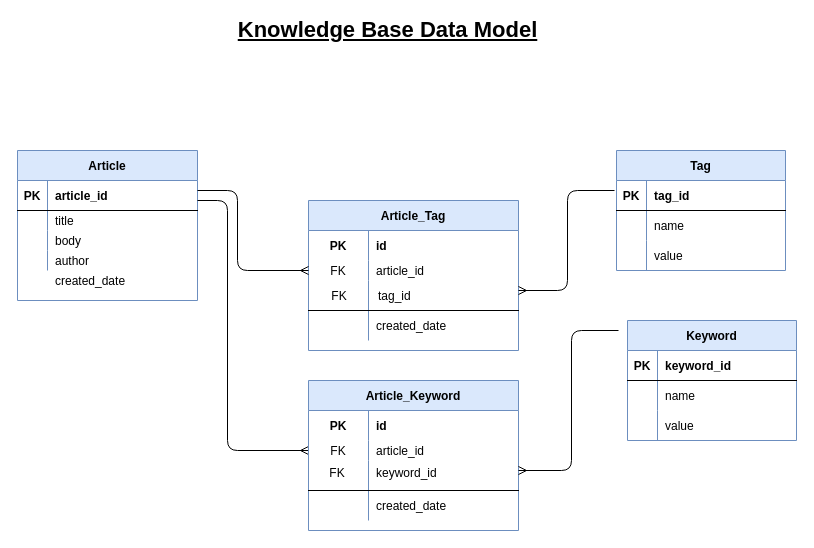
This is page "KnowledgeBase-DM" (3 of 6) of SysOps Squad/Sysops Squad.drawio from aliimran-pk/learning-repo, a draw.io file, before an edit. Source tidied: cells renumbered, new cells numbered last; positions are measured from the earlier drawing's top-left corner, leaving out a move shared by most shapes. Both pictures are drawn from the tidied source at 100%, with x=0, y=0 at pixel (17, 20).
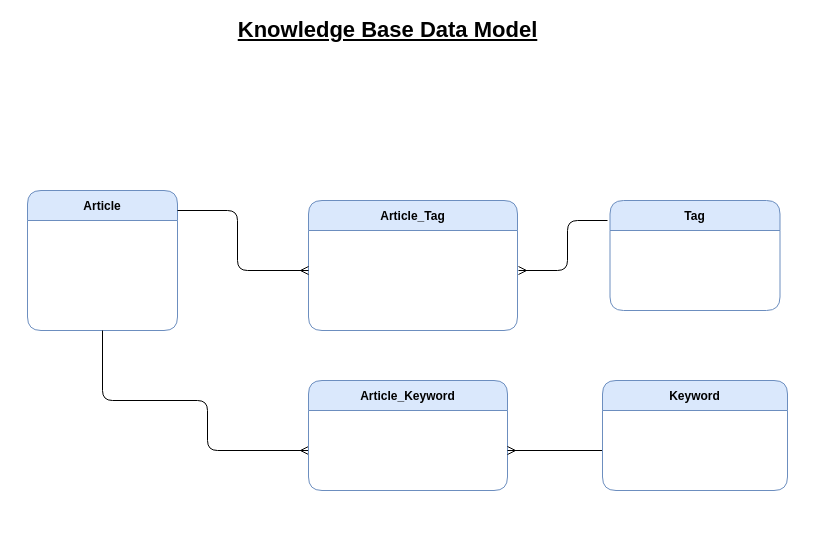
The same page after the edit.

Change to the diagram source:
```diff
@@
-    <mxCell id="2" value="Article" style="shape=table;startSize=30;childLayout=tableLayout;rowLines=0;fontStyle=1;align=center;fillColor=#dae8fc;strokeColor=#6c8ebf;" parent="1" vertex="1">
-      <mxGeometry y="130" width="180" height="150" as="geometry" />
+    <mxCell id="2" value="Article" style="shape=table;startSize=30;childLayout=tableLayout;rowLines=0;fontStyle=1;align=center;fillColor=#dae8fc;strokeColor=#6c8ebf;rounded=1;" parent="1" vertex="1">
+      <mxGeometry x="10" y="170" width="150" height="140" as="geometry" />
     </mxCell>
-    <mxCell id="3" style="shape=partialRectangle;fillColor=none;top=0;left=0;bottom=1;right=0;" parent="2" vertex="1">
-      <mxGeometry y="30" width="180" height="30" as="geometry" />
-    </mxCell>
-    <mxCell id="4" value="PK" style="shape=partialRectangle;fillColor=none;top=0;left=0;bottom=0;right=0;fontStyle=1;overflow=hidden;" parent="3" vertex="1">
-      <mxGeometry width="30" height="30" as="geometry" />
-    </mxCell>
-    <mxCell id="5" value="article_id" style="shape=partialRectangle;fillColor=none;top=0;left=0;bottom=0;right=0;align=left;spacingLeft=6;fontStyle=1;overflow=hidden;" parent="3" vertex="1">
-      <mxGeometry x="30" width="150" height="30" as="geometry" />
-    </mxCell>
     <mxCell id="6" style="shape=partialRectangle;fillColor=none;top=0;left=0;bottom=0;right=0;" parent="2" vertex="1">
-      <mxGeometry y="60" width="180" height="20" as="geometry" />
+      <mxGeometry y="30" width="150" height="20" as="geometry" />
     </mxCell>
-    <mxCell id="7" style="shape=partialRectangle;fillColor=none;top=0;left=0;bottom=0;right=0;overflow=hidden;" parent="6" vertex="1">
-      <mxGeometry width="30" height="20" as="geometry" />
-    </mxCell>
-    <mxCell id="8" value="title" style="shape=partialRectangle;fillColor=none;top=0;left=0;bottom=0;right=0;align=left;spacingLeft=6;overflow=hidden;" parent="6" vertex="1">
-      <mxGeometry x="30" width="150" height="20" as="geometry" />
+    <mxCell id="8" style="shape=partialRectangle;fillColor=none;top=0;left=0;bottom=0;right=0;align=left;spacingLeft=6;overflow=hidden;" parent="6" vertex="1">
+      <mxGeometry width="150" height="20" as="geometry" />
     </mxCell>
     <mxCell id="9" style="shape=partialRectangle;fillColor=none;top=0;left=0;bottom=0;right=0;" parent="2" vertex="1">
-      <mxGeometry y="80" width="180" height="20" as="geometry" />
+      <mxGeometry y="50" width="150" height="20" as="geometry" />
     </mxCell>
-    <mxCell id="10" style="shape=partialRectangle;fillColor=none;top=0;left=0;bottom=0;right=0;overflow=hidden;" parent="9" vertex="1">
-      <mxGeometry width="30" height="20" as="geometry" />
-    </mxCell>
-    <mxCell id="11" value="body" style="shape=partialRectangle;fillColor=none;top=0;left=0;bottom=0;right=0;align=left;spacingLeft=6;overflow=hidden;" parent="9" vertex="1">
-      <mxGeometry x="30" width="150" height="20" as="geometry" />
+    <mxCell id="11" style="shape=partialRectangle;fillColor=none;top=0;left=0;bottom=0;right=0;align=left;spacingLeft=6;overflow=hidden;" parent="9" vertex="1">
+      <mxGeometry width="150" height="20" as="geometry" />
     </mxCell>
+    <mxCell id="71" style="shape=partialRectangle;fillColor=none;top=0;left=0;bottom=0;right=0;" parent="2" vertex="1">
+      <mxGeometry y="70" width="150" height="20" as="geometry" />
+    </mxCell>
+    <mxCell id="72" style="shape=partialRectangle;fillColor=none;top=0;left=0;bottom=0;right=0;align=left;spacingLeft=6;overflow=hidden;" parent="71" vertex="1">
+      <mxGeometry width="150" height="20" as="geometry" />
+    </mxCell>
     <mxCell id="12" style="shape=partialRectangle;fillColor=none;top=0;left=0;bottom=0;right=0;" parent="2" vertex="1">
-      <mxGeometry y="100" width="180" height="20" as="geometry" />
+      <mxGeometry y="90" width="150" height="20" as="geometry" />
     </mxCell>
-    <mxCell id="13" style="shape=partialRectangle;fillColor=none;top=0;left=0;bottom=0;right=0;overflow=hidden;" parent="12" vertex="1">
-      <mxGeometry width="30" height="20" as="geometry" />
-    </mxCell>
-    <mxCell id="14" value="author" style="shape=partialRectangle;fillColor=none;top=0;left=0;bottom=0;right=0;align=left;spacingLeft=6;overflow=hidden;" parent="12" vertex="1">
-      <mxGeometry x="30" width="150" height="20" as="geometry" />
+    <mxCell id="14" style="shape=partialRectangle;fillColor=none;top=0;left=0;bottom=0;right=0;align=left;spacingLeft=6;overflow=hidden;" parent="12" vertex="1">
+      <mxGeometry width="150" height="20" as="geometry" />
     </mxCell>
-    <mxCell id="15" value="Tag" style="shape=table;startSize=30;childLayout=tableLayout;rowLines=0;fontStyle=1;align=center;fillColor=#dae8fc;strokeColor=#6c8ebf;" parent="1" vertex="1">
-      <mxGeometry x="599" y="130" width="169" height="120" as="geometry" />
-    </mxCell>
-    <mxCell id="16" style="shape=partialRectangle;fillColor=none;top=0;left=0;bottom=1;right=0;" parent="15" vertex="1">
-      <mxGeometry y="30" width="169" height="30" as="geometry" />
-    </mxCell>
-    <mxCell id="17" value="PK" style="shape=partialRectangle;fillColor=none;top=0;left=0;bottom=0;right=0;fontStyle=1;overflow=hidden;" parent="16" vertex="1">
-      <mxGeometry width="30" height="30" as="geometry" />
-    </mxCell>
-    <mxCell id="18" value="tag_id" style="shape=partialRectangle;fillColor=none;top=0;left=0;bottom=0;right=0;align=left;spacingLeft=6;fontStyle=1;overflow=hidden;" parent="16" vertex="1">
-      <mxGeometry x="30" width="139" height="30" as="geometry" />
-    </mxCell>
-    <mxCell id="19" style="shape=partialRectangle;fillColor=none;top=0;left=0;bottom=0;right=0;" parent="15" vertex="1">
-      <mxGeometry y="60" width="169" height="30" as="geometry" />
-    </mxCell>
-    <mxCell id="20" style="shape=partialRectangle;fillColor=none;top=0;left=0;bottom=0;right=0;overflow=hidden;" parent="19" vertex="1">
-      <mxGeometry width="30" height="30" as="geometry" />
-    </mxCell>
-    <mxCell id="21" value="name" style="shape=partialRectangle;fillColor=none;top=0;left=0;bottom=0;right=0;align=left;spacingLeft=6;overflow=hidden;" parent="19" vertex="1">
-      <mxGeometry x="30" width="139" height="30" as="geometry" />
-    </mxCell>
-    <mxCell id="22" style="shape=partialRectangle;fillColor=none;top=0;left=0;bottom=0;right=0;" parent="15" vertex="1">
-      <mxGeometry y="90" width="169" height="30" as="geometry" />
-    </mxCell>
-    <mxCell id="23" style="shape=partialRectangle;fillColor=none;top=0;left=0;bottom=0;right=0;overflow=hidden;" parent="22" vertex="1">
-      <mxGeometry width="30" height="30" as="geometry" />
-    </mxCell>
-    <mxCell id="24" value="value" style="shape=partialRectangle;fillColor=none;top=0;left=0;bottom=0;right=0;align=left;spacingLeft=6;overflow=hidden;" parent="22" vertex="1">
-      <mxGeometry x="30" width="139" height="30" as="geometry" />
-    </mxCell>
-    <mxCell id="25" value="Keyword" style="shape=table;startSize=30;childLayout=tableLayout;rowLines=0;fontStyle=1;align=center;fillColor=#dae8fc;strokeColor=#6c8ebf;" parent="1" vertex="1">
-      <mxGeometry x="610" y="300" width="169" height="120" as="geometry" />
-    </mxCell>
-    <mxCell id="26" style="shape=partialRectangle;fillColor=none;top=0;left=0;bottom=1;right=0;" parent="25" vertex="1">
-      <mxGeometry y="30" width="169" height="30" as="geometry" />
-    </mxCell>
-    <mxCell id="27" value="PK" style="shape=partialRectangle;fillColor=none;top=0;left=0;bottom=0;right=0;fontStyle=1;overflow=hidden;" parent="26" vertex="1">
-      <mxGeometry width="30" height="30" as="geometry" />
-    </mxCell>
-    <mxCell id="28" value="keyword_id" style="shape=partialRectangle;fillColor=none;top=0;left=0;bottom=0;right=0;align=left;spacingLeft=6;fontStyle=1;overflow=hidden;" parent="26" vertex="1">
-      <mxGeometry x="30" width="139" height="30" as="geometry" />
-    </mxCell>
-    <mxCell id="29" style="shape=partialRectangle;fillColor=none;top=0;left=0;bottom=0;right=0;" parent="25" vertex="1">
-      <mxGeometry y="60" width="169" height="30" as="geometry" />
-    </mxCell>
-    <mxCell id="30" style="shape=partialRectangle;fillColor=none;top=0;left=0;bottom=0;right=0;overflow=hidden;" parent="29" vertex="1">
-      <mxGeometry width="30" height="30" as="geometry" />
-    </mxCell>
-    <mxCell id="31" value="name" style="shape=partialRectangle;fillColor=none;top=0;left=0;bottom=0;right=0;align=left;spacingLeft=6;overflow=hidden;" parent="29" vertex="1">
-      <mxGeometry x="30" width="139" height="30" as="geometry" />
-    </mxCell>
-    <mxCell id="32" style="shape=partialRectangle;fillColor=none;top=0;left=0;bottom=0;right=0;" parent="25" vertex="1">
-      <mxGeometry y="90" width="169" height="30" as="geometry" />
-    </mxCell>
-    <mxCell id="33" style="shape=partialRectangle;fillColor=none;top=0;left=0;bottom=0;right=0;overflow=hidden;" parent="32" vertex="1">
-      <mxGeometry width="30" height="30" as="geometry" />
-    </mxCell>
-    <mxCell id="34" value="value" style="shape=partialRectangle;fillColor=none;top=0;left=0;bottom=0;right=0;align=left;spacingLeft=6;overflow=hidden;" parent="32" vertex="1">
-      <mxGeometry x="30" width="139" height="30" as="geometry" />
-    </mxCell>
@@
-    <mxCell id="36" value="Article_Tag" style="shape=table;startSize=30;childLayout=tableLayout;rowLines=0;fontStyle=1;align=center;fillColor=#dae8fc;strokeColor=#6c8ebf;" parent="1" vertex="1">
-      <mxGeometry x="291" y="180" width="210" height="150" as="geometry" />
+    <mxCell id="36" value="Article_Tag" style="shape=table;startSize=30;childLayout=tableLayout;rowLines=0;fontStyle=1;align=center;fillColor=#dae8fc;strokeColor=#6c8ebf;rounded=1;" parent="1" vertex="1">
+      <mxGeometry x="291" y="180" width="209" height="130" as="geometry" />
     </mxCell>
     <mxCell id="37" style="shape=partialRectangle;fillColor=none;top=0;left=0;bottom=0;right=0;" parent="36" vertex="1">
-      <mxGeometry y="30" width="210" height="30" as="geometry" />
+      <mxGeometry y="30" width="209" height="30" as="geometry" />
     </mxCell>
-    <mxCell id="38" value="PK" style="shape=partialRectangle;fillColor=none;top=0;left=0;bottom=0;right=0;fontStyle=1;overflow=hidden;" parent="37" vertex="1">
-      <mxGeometry width="60" height="30" as="geometry" />
+    <mxCell id="38" style="shape=partialRectangle;fillColor=none;top=0;left=0;bottom=0;right=0;fontStyle=1;overflow=hidden;" parent="37" vertex="1">
+      <mxGeometry width="209" height="30" as="geometry" />
     </mxCell>
-    <mxCell id="39" value="id" style="shape=partialRectangle;fillColor=none;top=0;left=0;bottom=0;right=0;align=left;spacingLeft=6;fontStyle=1;overflow=hidden;" parent="37" vertex="1">
-      <mxGeometry x="60" width="150" height="30" as="geometry" />
-    </mxCell>
     <mxCell id="40" style="shape=partialRectangle;fillColor=none;top=0;left=0;bottom=0;right=0;points=[[0,0.5],[1,0.5]];portConstraint=eastwest;" parent="36" vertex="1">
-      <mxGeometry y="60" width="210" height="20" as="geometry" />
+      <mxGeometry y="60" width="209" height="20" as="geometry" />
     </mxCell>
-    <mxCell id="41" value="FK" style="shape=partialRectangle;fillColor=none;top=0;left=0;bottom=0;right=0;fontStyle=0;overflow=hidden;" parent="40" vertex="1">
-      <mxGeometry width="60" height="20" as="geometry" />
+    <mxCell id="41" style="shape=partialRectangle;fillColor=none;top=0;left=0;bottom=0;right=0;fontStyle=0;overflow=hidden;" parent="40" vertex="1">
+      <mxGeometry width="209" height="20" as="geometry" />
     </mxCell>
-    <mxCell id="42" value="article_id" style="shape=partialRectangle;fillColor=none;top=0;left=0;bottom=0;right=0;align=left;spacingLeft=6;fontStyle=0;overflow=hidden;" parent="40" vertex="1">
-      <mxGeometry x="60" width="150" height="20" as="geometry" />
-    </mxCell>
-    <mxCell id="43" style="shape=partialRectangle;fillColor=none;top=0;left=0;bottom=1;right=0;" parent="36" vertex="1">
-      <mxGeometry y="80" width="210" height="30" as="geometry" />
-    </mxCell>
-    <mxCell id="44" style="shape=partialRectangle;fillColor=none;top=0;left=0;bottom=0;right=0;fontStyle=1;overflow=hidden;" parent="43" vertex="1">
-      <mxGeometry width="60" height="30" as="geometry" />
-    </mxCell>
-    <mxCell id="45" style="shape=partialRectangle;fillColor=none;top=0;left=0;bottom=0;right=0;align=left;spacingLeft=6;fontStyle=5;overflow=hidden;" parent="43" vertex="1">
-      <mxGeometry x="60" width="150" height="30" as="geometry" />
-    </mxCell>
-    <mxCell id="46" style="shape=partialRectangle;fillColor=none;top=0;left=0;bottom=0;right=0;" parent="36" vertex="1">
-      <mxGeometry y="110" width="210" height="30" as="geometry" />
-    </mxCell>
-    <mxCell id="47" style="shape=partialRectangle;fillColor=none;top=0;left=0;bottom=0;right=0;overflow=hidden;" parent="46" vertex="1">
-      <mxGeometry width="60" height="30" as="geometry" />
-    </mxCell>
-    <mxCell id="48" value="created_date" style="shape=partialRectangle;fillColor=none;top=0;left=0;bottom=0;right=0;align=left;spacingLeft=6;overflow=hidden;" parent="46" vertex="1">
-      <mxGeometry x="60" width="150" height="30" as="geometry" />
-    </mxCell>
-    <mxCell id="49" value="FK" style="shape=partialRectangle;fillColor=none;top=0;left=0;bottom=0;right=0;fontStyle=0;overflow=hidden;" parent="1" vertex="1">
-      <mxGeometry x="292" y="265" width="60" height="20" as="geometry" />
-    </mxCell>
-    <mxCell id="50" value="tag_id" style="shape=partialRectangle;fillColor=none;top=0;left=0;bottom=0;right=0;align=left;spacingLeft=6;fontStyle=0;overflow=hidden;" parent="1" vertex="1">
-      <mxGeometry x="353" y="265" width="150" height="20" as="geometry" />
-    </mxCell>
     <mxCell id="51" style="fontSize=12;html=1;endArrow=ERmany;entryX=0;entryY=0.5;entryDx=0;entryDy=0;edgeStyle=orthogonalEdgeStyle;" parent="1" edge="1" target="40">
       <mxGeometry relative="1" as="geometry">
-        <mxPoint x="180" y="170" as="sourcePoint" />
+        <mxPoint x="160" y="190" as="sourcePoint" />
         <Array as="points">
-          <mxPoint x="220" y="170" />
+          <mxPoint x="220" y="190" />
           <mxPoint x="220" y="250" />
         </Array>
       </mxGeometry>
     </mxCell>
     <mxCell id="52" style="fontSize=12;html=1;endArrow=ERmany;edgeStyle=orthogonalEdgeStyle;" parent="1" edge="1">
       <mxGeometry relative="1" as="geometry">
-        <mxPoint x="597" y="170" as="sourcePoint" />
-        <mxPoint x="501" y="270" as="targetPoint" />
+        <mxPoint x="590" y="200" as="sourcePoint" />
+        <mxPoint x="501" y="250" as="targetPoint" />
         <Array as="points">
-          <mxPoint x="550" y="170" />
-          <mxPoint x="550" y="270" />
-          <mxPoint x="501" y="270" />
+          <mxPoint x="550" y="200" />
+          <mxPoint x="550" y="250" />
         </Array>
       </mxGeometry>
     </mxCell>
-    <mxCell id="53" style="fontSize=12;html=1;endArrow=ERmany;entryX=0;entryY=0.5;entryDx=0;entryDy=0;edgeStyle=orthogonalEdgeStyle;" parent="1" edge="1" target="58">
+    <mxCell id="53" style="fontSize=12;html=1;endArrow=ERmany;entryX=0;entryY=0.5;entryDx=0;entryDy=0;edgeStyle=orthogonalEdgeStyle;" parent="1" edge="1">
       <mxGeometry relative="1" as="geometry">
-        <mxPoint x="180" y="180" as="sourcePoint" />
+        <mxPoint x="85" y="310" as="sourcePoint" />
+        <mxPoint x="291" y="430" as="targetPoint" />
         <Array as="points">
-          <mxPoint x="210" y="180" />
-          <mxPoint x="210" y="430" />
+          <mxPoint x="85" y="380" />
+          <mxPoint x="190" y="380" />
+          <mxPoint x="190" y="430" />
         </Array>
       </mxGeometry>
     </mxCell>
-    <mxCell id="54" value="Article_Keyword" style="shape=table;startSize=30;childLayout=tableLayout;rowLines=0;fontStyle=1;align=center;fillColor=#dae8fc;strokeColor=#6c8ebf;" parent="1" vertex="1">
-      <mxGeometry x="291" y="360" width="210" height="150" as="geometry" />
+    <mxCell id="54" value="Article_Keyword" style="shape=table;startSize=30;childLayout=tableLayout;rowLines=0;fontStyle=1;align=center;fillColor=#dae8fc;strokeColor=#6c8ebf;rounded=1;" parent="1" vertex="1">
+      <mxGeometry x="291" y="360" width="199" height="110" as="geometry" />
     </mxCell>
     <mxCell id="55" style="shape=partialRectangle;fillColor=none;top=0;left=0;bottom=0;right=0;" parent="54" vertex="1">
-      <mxGeometry y="30" width="210" height="30" as="geometry" />
+      <mxGeometry y="30" width="199" height="30" as="geometry" />
     </mxCell>
-    <mxCell id="56" value="PK" style="shape=partialRectangle;fillColor=none;top=0;left=0;bottom=0;right=0;fontStyle=1;overflow=hidden;" parent="55" vertex="1">
-      <mxGeometry width="60" height="30" as="geometry" />
+    <mxCell id="56" style="shape=partialRectangle;fillColor=none;top=0;left=0;bottom=0;right=0;fontStyle=1;overflow=hidden;" parent="55" vertex="1">
+      <mxGeometry width="199" height="30" as="geometry" />
     </mxCell>
-    <mxCell id="57" value="id" style="shape=partialRectangle;fillColor=none;top=0;left=0;bottom=0;right=0;align=left;spacingLeft=6;fontStyle=1;overflow=hidden;" parent="55" vertex="1">
-      <mxGeometry x="60" width="150" height="30" as="geometry" />
-    </mxCell>
-    <mxCell id="58" style="shape=partialRectangle;fillColor=none;top=0;left=0;bottom=0;right=0;points=[[0,0.5],[1,0.5]];portConstraint=eastwest;" parent="54" vertex="1">
-      <mxGeometry y="60" width="210" height="20" as="geometry" />
-    </mxCell>
-    <mxCell id="59" value="FK" style="shape=partialRectangle;fillColor=none;top=0;left=0;bottom=0;right=0;fontStyle=0;overflow=hidden;" parent="58" vertex="1">
-      <mxGeometry width="60" height="20" as="geometry" />
-    </mxCell>
-    <mxCell id="60" value="article_id" style="shape=partialRectangle;fillColor=none;top=0;left=0;bottom=0;right=0;align=left;spacingLeft=6;fontStyle=0;overflow=hidden;" parent="58" vertex="1">
-      <mxGeometry x="60" width="150" height="20" as="geometry" />
-    </mxCell>
-    <mxCell id="61" style="shape=partialRectangle;fillColor=none;top=0;left=0;bottom=1;right=0;" parent="54" vertex="1">
-      <mxGeometry y="80" width="210" height="30" as="geometry" />
-    </mxCell>
-    <mxCell id="62" style="shape=partialRectangle;fillColor=none;top=0;left=0;bottom=0;right=0;fontStyle=1;overflow=hidden;" parent="61" vertex="1">
-      <mxGeometry width="60" height="30" as="geometry" />
-    </mxCell>
-    <mxCell id="63" style="shape=partialRectangle;fillColor=none;top=0;left=0;bottom=0;right=0;align=left;spacingLeft=6;fontStyle=5;overflow=hidden;" parent="61" vertex="1">
-      <mxGeometry x="60" width="150" height="30" as="geometry" />
-    </mxCell>
-    <mxCell id="64" style="shape=partialRectangle;fillColor=none;top=0;left=0;bottom=0;right=0;" parent="54" vertex="1">
-      <mxGeometry y="110" width="210" height="30" as="geometry" />
-    </mxCell>
-    <mxCell id="65" style="shape=partialRectangle;fillColor=none;top=0;left=0;bottom=0;right=0;overflow=hidden;" parent="64" vertex="1">
-      <mxGeometry width="60" height="30" as="geometry" />
-    </mxCell>
-    <mxCell id="66" value="created_date" style="shape=partialRectangle;fillColor=none;top=0;left=0;bottom=0;right=0;align=left;spacingLeft=6;overflow=hidden;" parent="64" vertex="1">
-      <mxGeometry x="60" width="150" height="30" as="geometry" />
-    </mxCell>
-    <mxCell id="67" value="keyword_id" style="shape=partialRectangle;fillColor=none;top=0;left=0;bottom=0;right=0;align=left;spacingLeft=6;fontStyle=0;overflow=hidden;" parent="1" vertex="1">
-      <mxGeometry x="351" y="442" width="150" height="20" as="geometry" />
-    </mxCell>
-    <mxCell id="68" value="FK" style="shape=partialRectangle;fillColor=none;top=0;left=0;bottom=0;right=0;fontStyle=0;overflow=hidden;" parent="1" vertex="1">
-      <mxGeometry x="290" y="442" width="60" height="20" as="geometry" />
-    </mxCell>
     <mxCell id="69" style="fontSize=12;html=1;endArrow=ERmany;edgeStyle=orthogonalEdgeStyle;" parent="1" edge="1">
-      <mxGeometry x="320" y="380" as="geometry">
-        <mxPoint x="601" y="310" as="sourcePoint" />
-        <mxPoint x="501" y="450" as="targetPoint" />
+      <mxGeometry x="320" y="360" as="geometry">
+        <mxPoint x="585" y="430" as="sourcePoint" />
+        <mxPoint x="490" y="430" as="targetPoint" />
         <Array as="points">
-          <mxPoint x="554" y="310" />
-          <mxPoint x="554" y="450" />
-          <mxPoint x="501" y="450" />
+          <mxPoint x="585" y="430" />
         </Array>
       </mxGeometry>
     </mxCell>
-    <mxCell id="70" value="created_date" style="shape=partialRectangle;fillColor=none;top=0;left=0;bottom=0;right=0;align=left;spacingLeft=6;overflow=hidden;" parent="1" vertex="1">
-      <mxGeometry x="30" y="250" width="150" height="20" as="geometry" />
-    </mxCell>
+    <mxCell id="25" value="Keyword" style="shape=table;startSize=30;childLayout=tableLayout;rowLines=0;fontStyle=1;align=center;fillColor=#dae8fc;strokeColor=#6c8ebf;rounded=1;" parent="1" vertex="1">
+      <mxGeometry x="585" y="360" width="185" height="110" as="geometry" />
+    </mxCell>
+    <mxCell id="73" style="shape=partialRectangle;fillColor=none;top=0;left=0;bottom=0;right=0;" parent="25" vertex="1">
+      <mxGeometry y="30" width="185" height="30" as="geometry" />
+    </mxCell>
+    <mxCell id="74" style="shape=partialRectangle;fillColor=none;top=0;left=0;bottom=0;right=0;fontStyle=1;overflow=hidden;" parent="73" vertex="1">
+      <mxGeometry width="185" height="30" as="geometry" />
+    </mxCell>
+    <mxCell id="15" value="Tag" style="shape=table;startSize=30;childLayout=tableLayout;rowLines=0;fontStyle=1;align=center;fillColor=#dae8fc;strokeColor=#6c8ebf;rounded=1;" parent="1" vertex="1">
+      <mxGeometry x="592.5" y="180" width="170" height="110" as="geometry" />
+    </mxCell>
+    <mxCell id="75" style="shape=partialRectangle;fillColor=none;top=0;left=0;bottom=0;right=0;" parent="15" vertex="1">
+      <mxGeometry y="30" width="170" height="30" as="geometry" />
+    </mxCell>
+    <mxCell id="76" style="shape=partialRectangle;fillColor=none;top=0;left=0;bottom=0;right=0;fontStyle=1;overflow=hidden;" parent="75" vertex="1">
+      <mxGeometry width="170" height="30" as="geometry" />
+    </mxCell>
```
